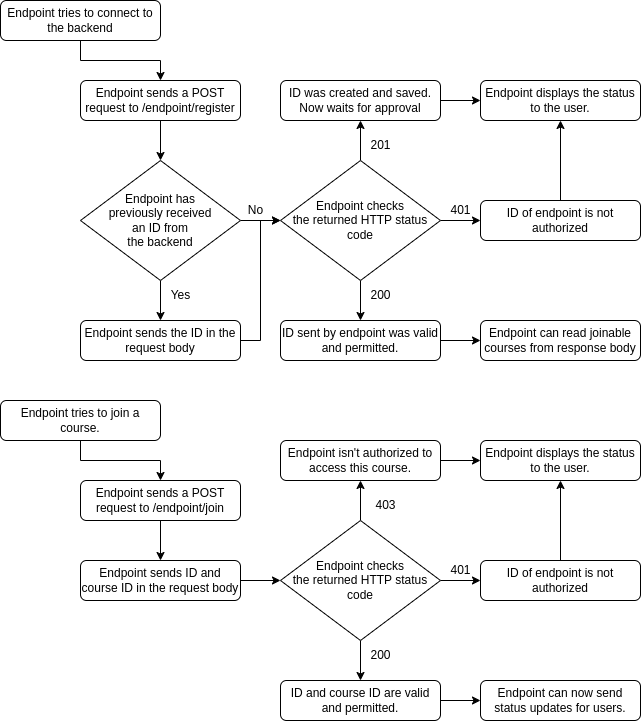
This is docs/endpoint-backend-communication.png from roopereku/nfc-attendance, a draw.io export, as it was before one commit. Source tidied: cells renumbered, new cells last; positions are measured from the earlier drawing's top-left corner, leaving out a move shared by most shapes.
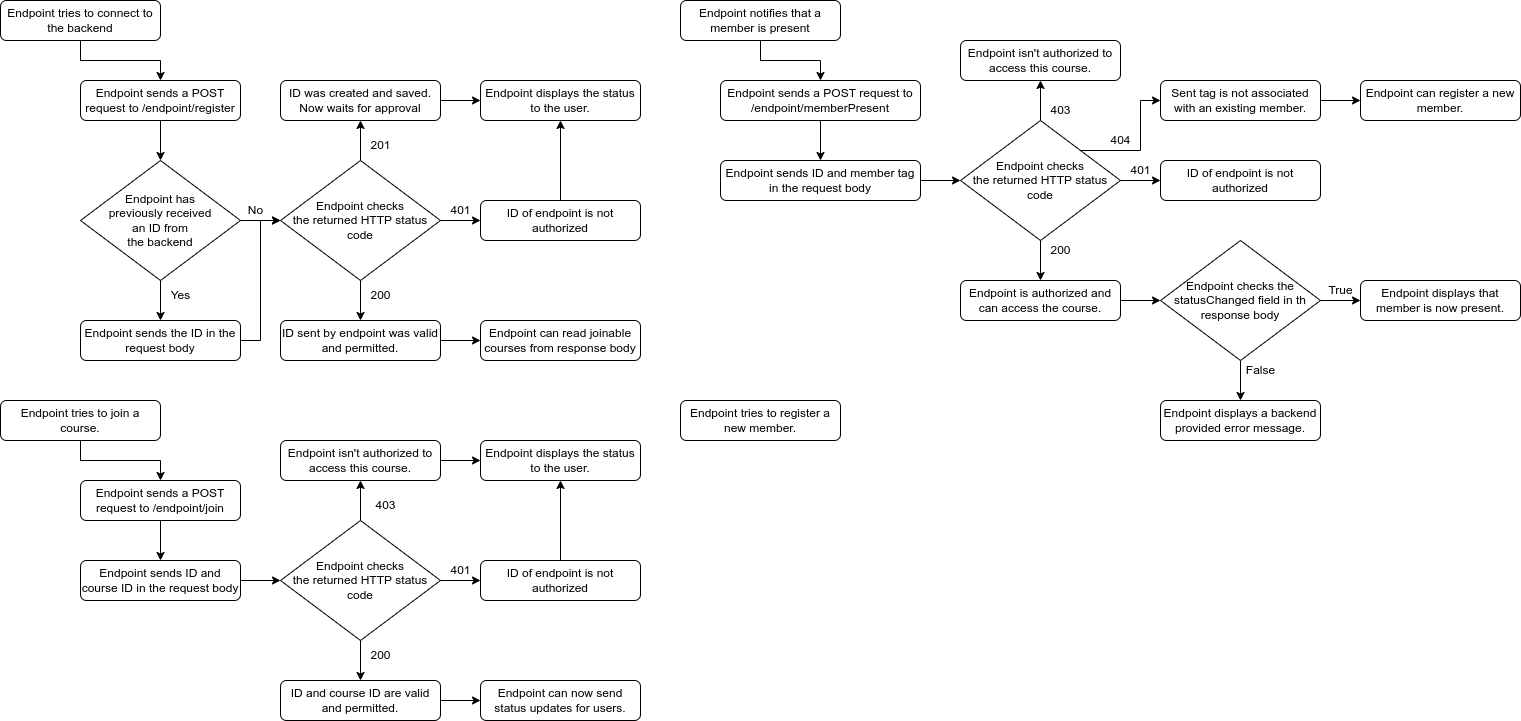
After the change.

Diff of the diagram source:
```diff
@@ -143,5 +143,95 @@
     <mxCell id="48" value="403" style="text;html=1;align=center;verticalAlign=middle;strokeColor=none;fillColor=none;" parent="1" vertex="1">
       <mxGeometry x="365" y="490" width="40" height="30" as="geometry" />
     </mxCell>
+    <mxCell id="49" style="edgeStyle=orthogonalEdgeStyle;rounded=0;jettySize=auto;html=1;exitX=0.5;exitY=1;exitDx=0;exitDy=0;entryX=0.5;entryY=0;entryDx=0;entryDy=0;" parent="1" edge="1" source="50" target="52">
+      <mxGeometry relative="1" as="geometry" />
+    </mxCell>
+    <mxCell id="50" value="Endpoint notifies that a member is present" style="rounded=1;whiteSpace=wrap;html=1;" parent="1" vertex="1">
+      <mxGeometry x="680" width="160" height="40" as="geometry" />
+    </mxCell>
+    <mxCell id="51" style="edgeStyle=orthogonalEdgeStyle;rounded=0;jettySize=auto;html=1;exitX=0.5;exitY=1;exitDx=0;exitDy=0;entryX=0.5;entryY=0;entryDx=0;entryDy=0;" parent="1" edge="1" source="52" target="54">
+      <mxGeometry relative="1" as="geometry" />
+    </mxCell>
+    <mxCell id="52" value="Endpoint sends a POST request to /endpoint/memberPresent" style="rounded=1;whiteSpace=wrap;html=1;" parent="1" vertex="1">
+      <mxGeometry x="720" y="80" width="200" height="40" as="geometry" />
+    </mxCell>
+    <mxCell id="53" style="edgeStyle=orthogonalEdgeStyle;rounded=0;jettySize=auto;html=1;exitX=1;exitY=0.5;exitDx=0;exitDy=0;entryX=0;entryY=0.5;entryDx=0;entryDy=0;" parent="1" edge="1" source="54" target="59">
+      <mxGeometry relative="1" as="geometry" />
+    </mxCell>
+    <mxCell id="54" value="Endpoint sends ID and member tag in the request body" style="rounded=1;whiteSpace=wrap;html=1;" parent="1" vertex="1">
+      <mxGeometry x="720" y="160" width="200" height="40" as="geometry" />
+    </mxCell>
+    <mxCell id="55" style="edgeStyle=orthogonalEdgeStyle;rounded=0;jettySize=auto;html=1;exitX=1;exitY=0.5;exitDx=0;exitDy=0;entryX=0;entryY=0.5;entryDx=0;entryDy=0;" parent="1" edge="1" source="59" target="63">
+      <mxGeometry relative="1" as="geometry" />
+    </mxCell>
+    <mxCell id="56" style="edgeStyle=orthogonalEdgeStyle;rounded=0;jettySize=auto;html=1;exitX=0.5;exitY=1;exitDx=0;exitDy=0;entryX=0.5;entryY=0;entryDx=0;entryDy=0;" parent="1" edge="1" source="59" target="68">
+      <mxGeometry relative="1" as="geometry" />
+    </mxCell>
+    <mxCell id="57" style="edgeStyle=orthogonalEdgeStyle;rounded=0;jettySize=auto;html=1;exitX=0.5;exitY=0;exitDx=0;exitDy=0;entryX=0.5;entryY=1;entryDx=0;entryDy=0;" parent="1" edge="1" source="59" target="65">
+      <mxGeometry relative="1" as="geometry" />
+    </mxCell>
+    <mxCell id="58" style="edgeStyle=orthogonalEdgeStyle;rounded=0;jettySize=auto;html=1;exitX=1;exitY=0;exitDx=0;exitDy=0;entryX=0;entryY=0.5;entryDx=0;entryDy=0;" parent="1" edge="1" source="59" target="61">
+      <mxGeometry relative="1" as="geometry" />
+    </mxCell>
+    <mxCell id="59" value="Endpoint checks&lt;br&gt;the returned HTTP status code" style="rhombus;whiteSpace=wrap;html=1;" parent="1" vertex="1">
+      <mxGeometry x="960" y="120" width="160" height="120" as="geometry" />
+    </mxCell>
+    <mxCell id="60" style="edgeStyle=orthogonalEdgeStyle;rounded=0;jettySize=auto;html=1;exitX=1;exitY=0.5;exitDx=0;exitDy=0;entryX=0;entryY=0.5;entryDx=0;entryDy=0;" parent="1" edge="1" source="61" target="77">
+      <mxGeometry relative="1" as="geometry" />
+    </mxCell>
+    <mxCell id="61" value="Sent tag is not associated with an existing member." style="rounded=1;whiteSpace=wrap;html=1;" parent="1" vertex="1">
+      <mxGeometry x="1160" y="80" width="160" height="40" as="geometry" />
+    </mxCell>
+    <mxCell id="62" value="403" style="text;html=1;align=center;verticalAlign=middle;strokeColor=none;fillColor=none;" parent="1" vertex="1">
+      <mxGeometry x="1040" y="100" width="40" height="20" as="geometry" />
+    </mxCell>
+    <mxCell id="63" value="ID of endpoint is not authorized" style="rounded=1;whiteSpace=wrap;html=1;" parent="1" vertex="1">
+      <mxGeometry x="1160" y="160" width="160" height="40" as="geometry" />
+    </mxCell>
+    <mxCell id="64" value="401" style="text;html=1;align=center;verticalAlign=middle;strokeColor=none;fillColor=none;" parent="1" vertex="1">
+      <mxGeometry x="1120" y="160" width="40" height="20" as="geometry" />
+    </mxCell>
+    <mxCell id="65" value="Endpoint isn't authorized to access this course." style="rounded=1;whiteSpace=wrap;html=1;" parent="1" vertex="1">
+      <mxGeometry x="960" y="40" width="160" height="40" as="geometry" />
+    </mxCell>
+    <mxCell id="66" value="404" style="text;html=1;align=center;verticalAlign=middle;strokeColor=none;fillColor=none;" parent="1" vertex="1">
+      <mxGeometry x="1100" y="130" width="40" height="20" as="geometry" />
+    </mxCell>
+    <mxCell id="67" style="edgeStyle=orthogonalEdgeStyle;rounded=0;jettySize=auto;html=1;exitX=1;exitY=0.5;exitDx=0;exitDy=0;entryX=0;entryY=0.5;entryDx=0;entryDy=0;" parent="1" edge="1" source="68" target="72">
+      <mxGeometry relative="1" as="geometry" />
+    </mxCell>
+    <mxCell id="68" value="Endpoint is authorized and can access the course." style="rounded=1;whiteSpace=wrap;html=1;" parent="1" vertex="1">
+      <mxGeometry x="960" y="280" width="160" height="40" as="geometry" />
+    </mxCell>
+    <mxCell id="69" value="200" style="text;html=1;align=center;verticalAlign=middle;strokeColor=none;fillColor=none;" parent="1" vertex="1">
+      <mxGeometry x="1040" y="240" width="40" height="20" as="geometry" />
+    </mxCell>
+    <mxCell id="70" style="edgeStyle=orthogonalEdgeStyle;rounded=0;jettySize=auto;html=1;exitX=0.5;exitY=1;exitDx=0;exitDy=0;entryX=0.5;entryY=0;entryDx=0;entryDy=0;" parent="1" edge="1" source="72" target="74">
+      <mxGeometry relative="1" as="geometry" />
+    </mxCell>
+    <mxCell id="71" style="edgeStyle=orthogonalEdgeStyle;rounded=0;jettySize=auto;html=1;exitX=1;exitY=0.5;exitDx=0;exitDy=0;entryX=0;entryY=0.5;entryDx=0;entryDy=0;" parent="1" edge="1" source="72" target="73">
+      <mxGeometry relative="1" as="geometry" />
+    </mxCell>
+    <mxCell id="72" value="Endpoint checks the statusChanged field in th response body" style="rhombus;whiteSpace=wrap;html=1;" parent="1" vertex="1">
+      <mxGeometry x="1160" y="240" width="160" height="120" as="geometry" />
+    </mxCell>
+    <mxCell id="73" value="Endpoint displays that member is now present." style="rounded=1;whiteSpace=wrap;html=1;" parent="1" vertex="1">
+      <mxGeometry x="1360" y="280" width="160" height="40" as="geometry" />
+    </mxCell>
+    <mxCell id="74" value="Endpoint displays a backend provided error message." style="rounded=1;whiteSpace=wrap;html=1;" parent="1" vertex="1">
+      <mxGeometry x="1160" y="400" width="160" height="40" as="geometry" />
+    </mxCell>
+    <mxCell id="75" value="False" style="text;html=1;align=center;verticalAlign=middle;strokeColor=none;fillColor=none;" parent="1" vertex="1">
+      <mxGeometry x="1240" y="360" width="40" height="20" as="geometry" />
+    </mxCell>
+    <mxCell id="76" value="True" style="text;html=1;align=center;verticalAlign=middle;strokeColor=none;fillColor=none;" parent="1" vertex="1">
+      <mxGeometry x="1320" y="280" width="40" height="20" as="geometry" />
+    </mxCell>
+    <mxCell id="77" value="Endpoint can register a new member." style="rounded=1;whiteSpace=wrap;html=1;" parent="1" vertex="1">
+      <mxGeometry x="1360" y="80" width="160" height="40" as="geometry" />
+    </mxCell>
+    <mxCell id="78" value="Endpoint tries to register a new member." style="rounded=1;whiteSpace=wrap;html=1;" parent="1" vertex="1">
+      <mxGeometry x="680" y="400" width="160" height="40" as="geometry" />
+    </mxCell>
   </root>
 </mxGraphModel>
```
